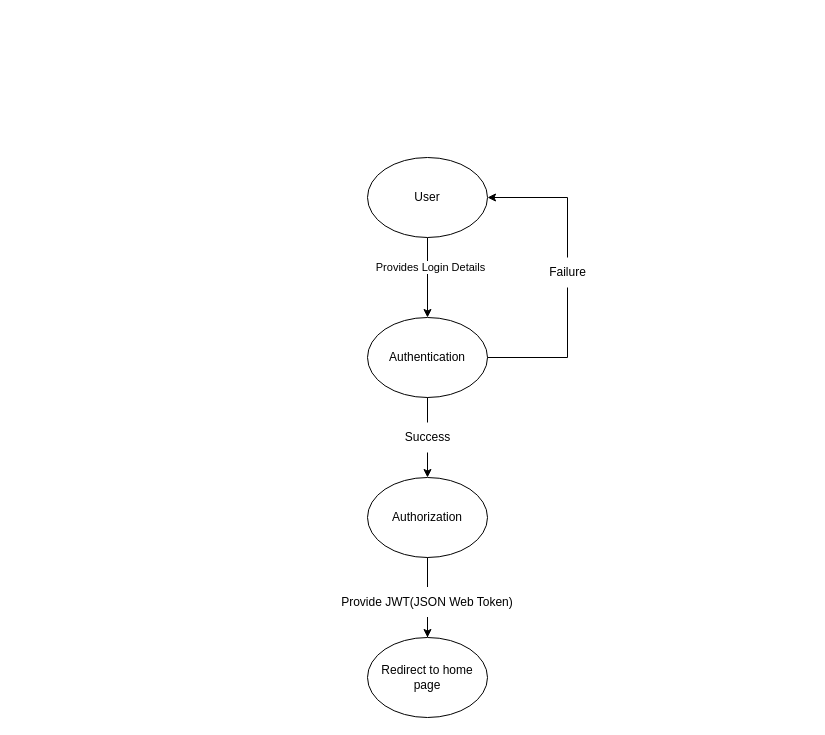
Before: UserLoginDataFlow.drawio in SamDosado/Draw.ioDrawings, a draw.io diagram. Source tidied: cells renumbered, new cells numbered last; positions are measured from the earlier drawing's top-left corner, leaving out a move shared by most shapes. Both pictures are drawn from the tidied source at 100%, with x=0, y=0 at pixel (319, 157).
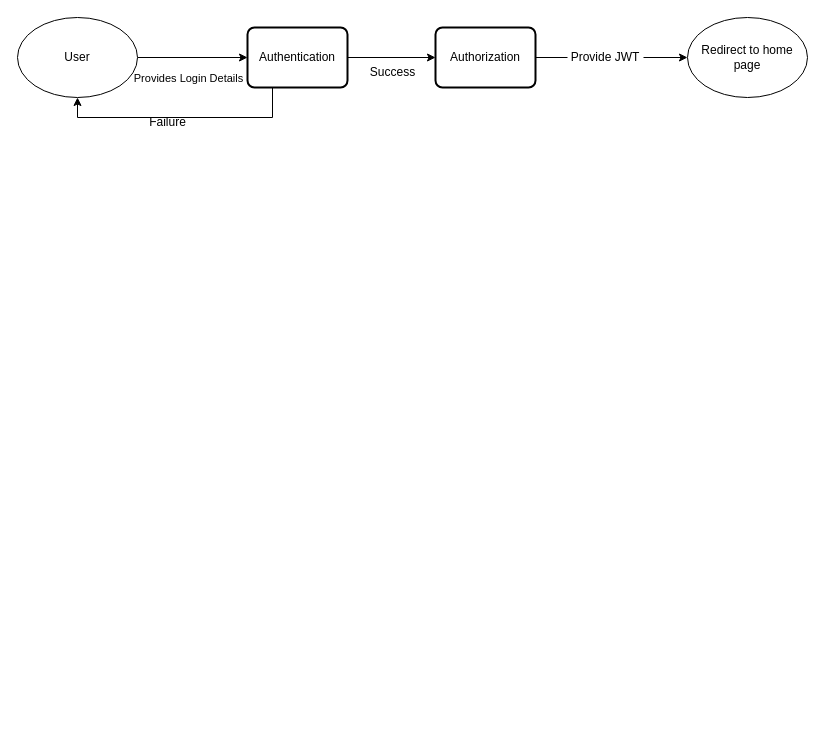
The same diagram, later.

Change to the diagram source:
```diff
@@
 <mxGraphModel>
   <root>
     <mxCell id="0" />
     <mxCell id="1" parent="0" />
-    <mxCell id="2" style="edgeStyle=orthogonalEdgeStyle;rounded=0;jettySize=auto;html=1;" parent="1" edge="1" source="4" target="7">
+    <mxCell id="2" style="edgeStyle=orthogonalEdgeStyle;rounded=0;jettySize=auto;html=1;entryX=0;entryY=0.5;entryDx=0;entryDy=0;" parent="1" edge="1" source="4" target="7">
       <mxGeometry relative="1" as="geometry" />
     </mxCell>
     <mxCell id="3" value="Provides Login Details" style="edgeLabel;html=1;align=center;verticalAlign=middle;" parent="2" vertex="1">
-      <mxGeometry x="-0.28" y="2" relative="1" as="geometry" />
+      <mxGeometry x="-0.28" y="2" relative="1" as="geometry">
+        <mxPoint x="10" y="22" as="offset" />
+      </mxGeometry>
     </mxCell>
     <mxCell id="4" value="User " style="ellipse;whiteSpace=wrap;html=1;" parent="1" vertex="1">
-      <mxGeometry x="48" width="120" height="80" as="geometry" />
+      <mxGeometry x="-302" y="-140" width="120" height="80" as="geometry" />
     </mxCell>
-    <mxCell id="5" style="edgeStyle=orthogonalEdgeStyle;rounded=0;jettySize=auto;html=1;startArrow=none;entryX=1;entryY=0.5;entryDx=0;entryDy=0;" parent="1" edge="1" source="8" target="4">
-      <mxGeometry relative="1" as="geometry">
-        <Array as="points">
-          <mxPoint x="248" y="40" />
-        </Array>
-      </mxGeometry>
-    </mxCell>
-    <mxCell id="6" style="edgeStyle=orthogonalEdgeStyle;rounded=0;jettySize=auto;html=1;startArrow=none;" parent="1" edge="1" source="12" target="11">
-      <mxGeometry relative="1" as="geometry" />
-    </mxCell>
+    <mxCell id="8" value="Failure" style="text;html=1;align=center;verticalAlign=middle;points=[];strokeColor=none;fillColor=none;" parent="1" vertex="1">
+      <mxGeometry x="-182" y="-50" width="60" height="30" as="geometry" />
+    </mxCell>
+    <mxCell id="12" value="Success" style="text;html=1;align=center;verticalAlign=middle;points=[];strokeColor=none;fillColor=none;" parent="1" vertex="1">
+      <mxGeometry x="38" y="-100" width="70" height="30" as="geometry" />
+    </mxCell>
+    <mxCell id="14" value="&lt;div&gt;Redirect to home page &lt;/div&gt;" style="ellipse;whiteSpace=wrap;html=1;" parent="1" vertex="1">
+      <mxGeometry x="368" y="-140" width="120" height="80" as="geometry" />
+    </mxCell>
+    <mxCell id="17" style="edgeStyle=orthogonalEdgeStyle;rounded=0;jettySize=auto;html=1;exitX=0.25;exitY=1;exitDx=0;exitDy=0;entryX=0.5;entryY=1;entryDx=0;entryDy=0;" parent="1" edge="1" source="7" target="4">
+      <mxGeometry relative="1" as="geometry" />
+    </mxCell>
+    <mxCell id="18" style="edgeStyle=orthogonalEdgeStyle;rounded=0;jettySize=auto;html=1;entryX=0;entryY=0.5;entryDx=0;entryDy=0;" parent="1" edge="1" source="7" target="11">
+      <mxGeometry relative="1" as="geometry" />
+    </mxCell>
-    <mxCell id="7" value="Authentication" style="ellipse;whiteSpace=wrap;html=1;" parent="1" vertex="1">
-      <mxGeometry x="48" y="160" width="120" height="80" as="geometry" />
+    <mxCell id="7" value="Authentication" style="rounded=1;whiteSpace=wrap;html=1;absoluteArcSize=1;arcSize=14;strokeWidth=2;" parent="1" vertex="1">
+      <mxGeometry x="-72" y="-130" width="100" height="60" as="geometry" />
     </mxCell>
-    <mxCell id="8" value="Failure" style="text;html=1;align=center;verticalAlign=middle;points=[];strokeColor=none;fillColor=none;" parent="1" vertex="1">
-      <mxGeometry x="218" y="100" width="60" height="30" as="geometry" />
-    </mxCell>
-    <mxCell id="9" style="edgeStyle=orthogonalEdgeStyle;rounded=0;jettySize=auto;html=1;endArrow=none;" parent="1" edge="1" source="7" target="8">
-      <mxGeometry relative="1" as="geometry" />
-    </mxCell>
-    <mxCell id="10" style="edgeStyle=orthogonalEdgeStyle;rounded=0;jettySize=auto;html=1;startArrow=none;" parent="1" edge="1" source="15" target="14">
+    <mxCell id="10" style="edgeStyle=orthogonalEdgeStyle;rounded=0;jettySize=auto;html=1;entryX=0;entryY=0.5;entryDx=0;entryDy=0;startArrow=none;" parent="1" edge="1" source="15" target="14">
       <mxGeometry relative="1" as="geometry" />
     </mxCell>
-    <mxCell id="11" value="Authorization" style="ellipse;whiteSpace=wrap;html=1;" parent="1" vertex="1">
-      <mxGeometry x="48" y="320" width="120" height="80" as="geometry" />
+    <mxCell id="11" value="&lt;div&gt;Authorization&lt;/div&gt;" style="rounded=1;whiteSpace=wrap;html=1;absoluteArcSize=1;arcSize=14;strokeWidth=2;" parent="1" vertex="1">
+      <mxGeometry x="116" y="-130" width="100" height="60" as="geometry" />
     </mxCell>
-    <mxCell id="12" value="Success" style="text;html=1;align=center;verticalAlign=middle;points=[];strokeColor=none;fillColor=none;" parent="1" vertex="1">
-      <mxGeometry x="73" y="265" width="70" height="30" as="geometry" />
-    </mxCell>
-    <mxCell id="13" style="edgeStyle=orthogonalEdgeStyle;rounded=0;jettySize=auto;html=1;endArrow=none;" parent="1" edge="1" source="7" target="12">
-      <mxGeometry relative="1" as="geometry" />
-    </mxCell>
-    <mxCell id="14" value="&lt;div&gt;Redirect to home page &lt;/div&gt;" style="ellipse;whiteSpace=wrap;html=1;" parent="1" vertex="1">
-      <mxGeometry x="48" y="480" width="120" height="80" as="geometry" />
-    </mxCell>
-    <mxCell id="15" value="Provide JWT(JSON Web Token)" style="text;html=1;strokeColor=none;fillColor=none;align=center;verticalAlign=middle;whiteSpace=wrap;rounded=0;" parent="1" vertex="1">
-      <mxGeometry y="429.5" width="216" height="30" as="geometry" />
+    <mxCell id="15" value="Provide JWT" style="text;html=1;strokeColor=none;fillColor=none;align=center;verticalAlign=middle;whiteSpace=wrap;rounded=0;" parent="1" vertex="1">
+      <mxGeometry x="248" y="-115" width="76" height="30" as="geometry" />
     </mxCell>
-    <mxCell id="16" style="edgeStyle=orthogonalEdgeStyle;rounded=0;jettySize=auto;html=1;endArrow=none;" parent="1" edge="1" source="11" target="15">
+    <mxCell id="16" style="edgeStyle=orthogonalEdgeStyle;rounded=0;jettySize=auto;html=1;entryX=0;entryY=0.5;entryDx=0;entryDy=0;endArrow=none;" parent="1" edge="1" source="11" target="15">
       <mxGeometry relative="1" as="geometry" />
     </mxCell>
   </root>
 </mxGraphModel>
```
